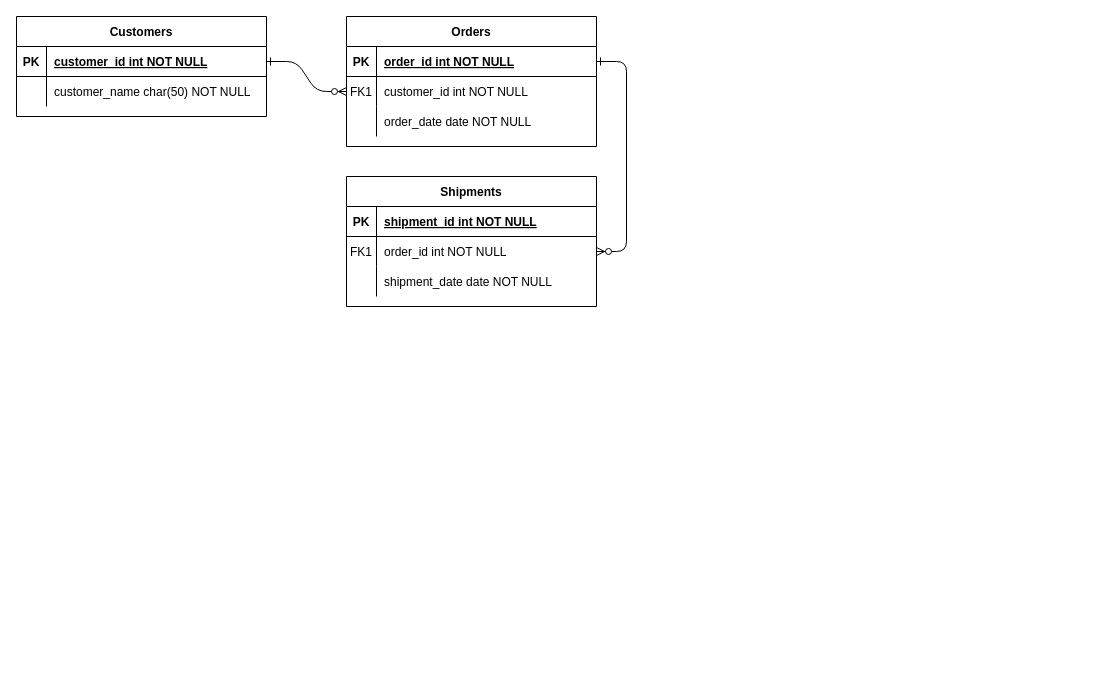
Before: 名称未設定ファイル.drawio in d928d928/cine-link-back, a draw.io diagram. Source tidied: cells renumbered, new cells numbered last; positions are measured from the earlier drawing's top-left corner, leaving out a move shared by most shapes. Both pictures are drawn from the tidied source at 100%, with x=0, y=0 at pixel (16, 16).
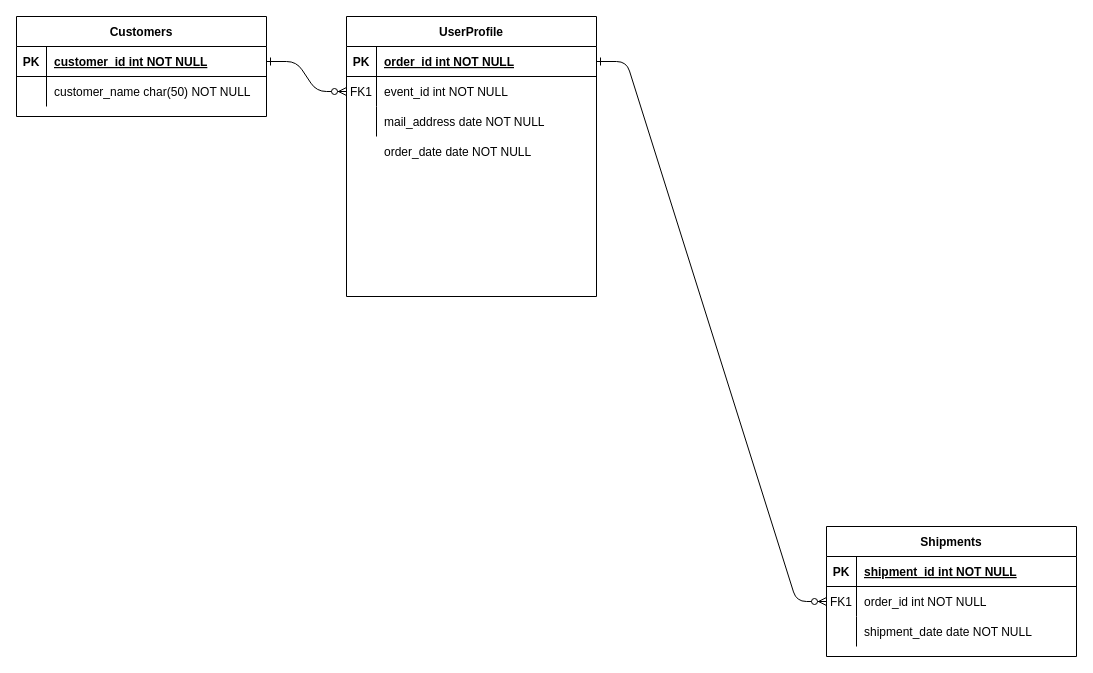
After the change.

Unchanged cells that the change refers to:
```xml
<mxCell id="8" style="shape=partialRectangle;fillColor=none;points=[[0,0.5],[1,0.5]];portConstraint=eastwest;top=0;left=0;right=0;bottom=0;" parent="4" vertex="1">
  <mxGeometry y="60" width="250" height="30" as="geometry" />
</mxCell>
<mxCell id="11" style="shape=partialRectangle;fillColor=none;top=0;left=0;right=0;bottom=0;" parent="4" vertex="1">
  <mxGeometry y="90" width="250" height="30" as="geometry" />
</mxCell>
```

The edit, as a diff of the source:
```diff
@@
-    <mxCell id="4" value="Orders" style="shape=table;startSize=30;childLayout=tableLayout;rowLines=0;fontStyle=1;align=center;" parent="1" vertex="1">
-      <mxGeometry x="330" width="250" height="130" as="geometry" />
+    <mxCell id="4" value="UserProfile" style="shape=table;startSize=30;childLayout=tableLayout;rowLines=0;fontStyle=1;align=center;" parent="1" vertex="1">
+      <mxGeometry x="330" width="250" height="280" as="geometry" />
     </mxCell>
@@
-    <mxCell id="10" value="customer_id int NOT NULL" style="shape=partialRectangle;overflow=hidden;fillColor=none;top=0;left=0;bottom=0;right=0;align=left;spacingLeft=6;" parent="8" vertex="1">
+    <mxCell id="10" value="event_id int NOT NULL" style="shape=partialRectangle;overflow=hidden;fillColor=none;top=0;left=0;bottom=0;right=0;align=left;spacingLeft=6;" parent="8" vertex="1">
       <mxGeometry x="30" width="220" height="30" as="geometry" />
     </mxCell>
@@
-    <mxCell id="13" value="order_date date NOT NULL" style="shape=partialRectangle;overflow=hidden;fillColor=none;top=0;left=0;bottom=0;right=0;align=left;spacingLeft=6;" parent="11" vertex="1">
+    <mxCell id="13" value="mail_address date NOT NULL" style="shape=partialRectangle;overflow=hidden;fillColor=none;top=0;left=0;bottom=0;right=0;align=left;spacingLeft=6;" parent="11" vertex="1">
       <mxGeometry x="30" width="220" height="30" as="geometry" />
     </mxCell>
     <mxCell id="14" value="Shipments" style="shape=table;startSize=30;childLayout=tableLayout;rowLines=0;fontStyle=1;align=center;" parent="1" vertex="1">
-      <mxGeometry x="330" y="160" width="250" height="130" as="geometry" />
+      <mxGeometry x="810" y="510" width="250" height="130" as="geometry" />
     </mxCell>
@@
+    <mxCell id="31" value="order_date date NOT NULL" style="shape=partialRectangle;overflow=hidden;fillColor=none;top=0;left=0;bottom=0;right=0;align=left;spacingLeft=6;" parent="1" vertex="1">
+      <mxGeometry x="360" y="120" width="220" height="30" as="geometry" />
+    </mxCell>
```
